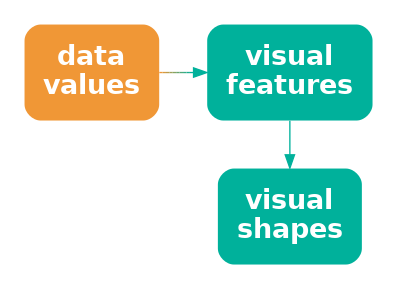
Above: Diagrams/data-vis-shape.png in pmur002/hdvw (Graphviz), before the change. Its source is kept beside it as Diagrams/data-vis-shape.dot.
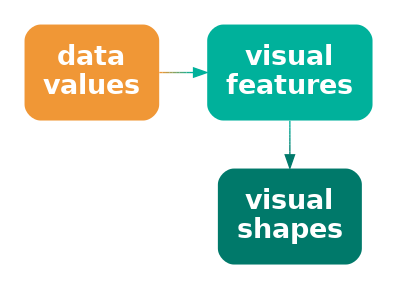
After the commit.

Change to the diagram source:
```diff
@@ -5,8 +5,8 @@
   vis [ label="visual\nfeatures"; shape=box;
      style="filled, rounded"; penwidth=0; fontcolor=white; fillcolor="#00B19B" ]
   shape [ label="visual\nshapes"; shape=box;
-       style="filled, rounded"; penwidth=0; fontcolor=white; fillcolor="#00B19B" ]
+       style="filled, rounded"; penwidth=0; fontcolor=white; fillcolor="#00796A" ]
   data -> vis [ color="#F09736;0.1:#D59A41;0.1:#BB9D4C;0.1:#A0A058;0.1:#85A363;0.1:#6BA56E;0.1:#50A879;0.1:#35AB85;0.1:#1BAE90;0.1:#00B19B;0.1" ]
-  vis -> shape [ color="#00B19B" ]
+  vis -> shape [ color="#00B19B;0.1:#00AB96;0.1:#00A590;0.1:#009E8B;0.1:#009885;0.1:#009280;0.1:#008C7A;0.1:#008575;0.1:#007F6F;0.1:#00796A;0.1" ]
 { rank=same; vis, shape }
 }
```
